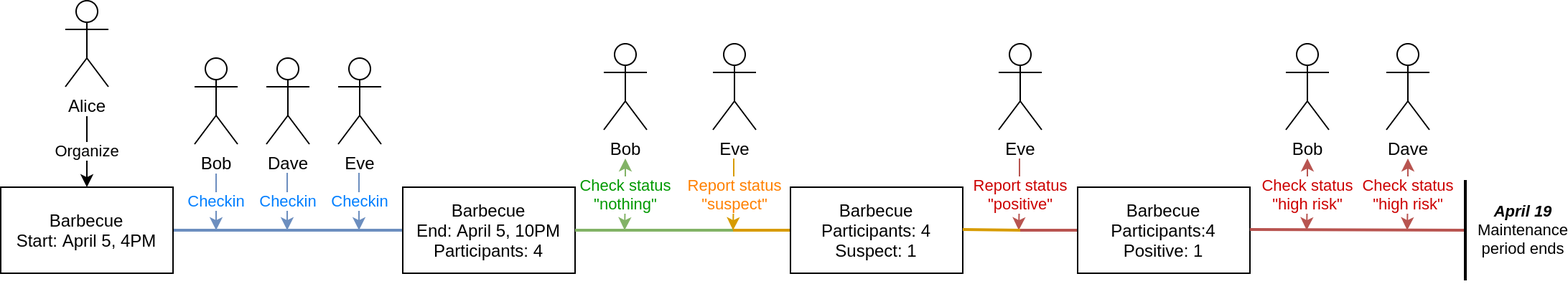
Before: spec/images/events_example.png, a diagram exported from draw.io (coronanet/go-coronanet). Source tidied: cells renumbered, new cells last; positions are measured from the earlier drawing's top-left corner, leaving out a move shared by most shapes.
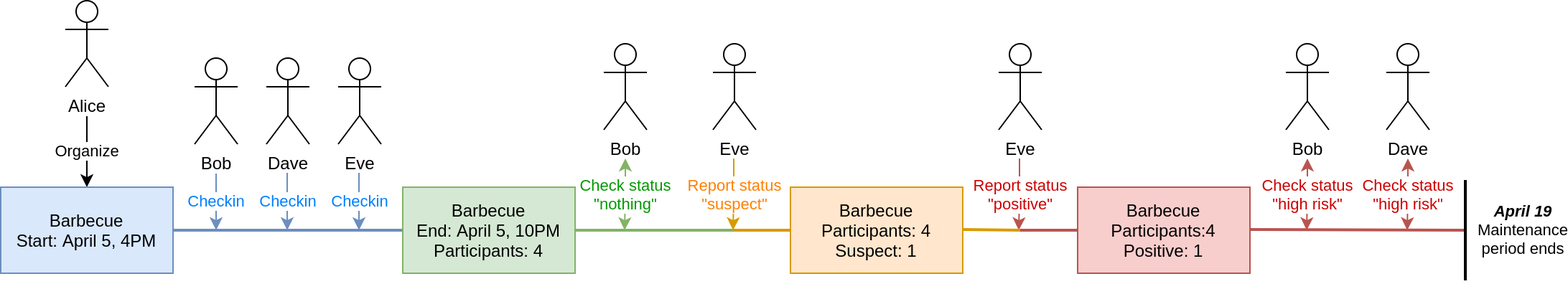
After the commit.

Diff of the diagram source:
```diff
@@ -10,20 +10,20 @@
     <mxCell id="3" value="Alice" style="shape=umlActor;verticalLabelPosition=bottom;labelBackgroundColor=#ffffff;verticalAlign=top;html=1;" parent="1" vertex="1">
       <mxGeometry x="45" width="30" height="60" as="geometry" />
     </mxCell>
-    <mxCell id="4" style="edgeStyle=orthogonalEdgeStyle;rounded=0;jettySize=auto;html=1;exitX=1;exitY=0.5;exitDx=0;exitDy=0;labelBackgroundColor=none;startArrow=none;startFill=0;strokeWidth=2;fontColor=#007FFF;fillColor=#dae8fc;strokeColor=#6c8ebf;endArrow=none;endFill=0;" parent="1" edge="1" source="5">
-      <mxGeometry relative="1" as="geometry">
-        <mxPoint x="280" y="160" as="targetPoint" />
-      </mxGeometry>
-    </mxCell>
+    <mxCell id="31" style="edgeStyle=orthogonalEdgeStyle;rounded=0;jettySize=auto;html=1;exitX=1;exitY=0.5;exitDx=0;exitDy=0;labelBackgroundColor=none;startArrow=none;startFill=0;strokeWidth=2;fontColor=#007FFF;fillColor=#dae8fc;strokeColor=#6c8ebf;endArrow=none;endFill=0;" parent="1" edge="1" source="5">
+      <mxGeometry relative="1" as="geometry">
+        <mxPoint x="280" y="160" as="targetPoint" />
+      </mxGeometry>
+    </mxCell>
-    <mxCell id="5" value="Barbecue&lt;br&gt;Start: April 5, 4PM" style="rounded=0;whiteSpace=wrap;html=1;" parent="1" vertex="1">
+    <mxCell id="5" value="Barbecue&lt;br&gt;Start: April 5, 4PM" style="rounded=0;whiteSpace=wrap;html=1;fillColor=#dae8fc;strokeColor=#6c8ebf;" parent="1" vertex="1">
       <mxGeometry y="130" width="120" height="60" as="geometry" />
     </mxCell>
-    <mxCell id="6" value="Checkin" style="edgeStyle=orthogonalEdgeStyle;rounded=0;orthogonalLoop=1;jettySize=auto;html=1;strokeWidth=1;fontColor=#007FFF;fillColor=#dae8fc;strokeColor=#6c8ebf;" parent="1" edge="1">
-      <mxGeometry relative="1" as="geometry">
-        <mxPoint x="150" y="120" as="sourcePoint" />
-        <mxPoint x="150" y="160" as="targetPoint" />
-      </mxGeometry>
-    </mxCell>
+    <mxCell id="32" value="Checkin" style="edgeStyle=orthogonalEdgeStyle;rounded=0;orthogonalLoop=1;jettySize=auto;html=1;strokeWidth=1;fontColor=#007FFF;fillColor=#dae8fc;strokeColor=#6c8ebf;" parent="1" edge="1">
+      <mxGeometry relative="1" as="geometry">
+        <mxPoint x="150" y="120" as="sourcePoint" />
+        <mxPoint x="150" y="160" as="targetPoint" />
+      </mxGeometry>
+    </mxCell>
     <mxCell id="7" value="Bob" style="shape=umlActor;verticalLabelPosition=bottom;labelBackgroundColor=#ffffff;verticalAlign=top;html=1;" parent="1" vertex="1">
       <mxGeometry x="135" y="40" width="30" height="60" as="geometry" />
     </mxCell>
@@ -33,26 +33,26 @@
     <mxCell id="9" value="Eve" style="shape=umlActor;verticalLabelPosition=bottom;labelBackgroundColor=#ffffff;verticalAlign=top;html=1;" parent="1" vertex="1">
       <mxGeometry x="235" y="40" width="30" height="60" as="geometry" />
     </mxCell>
-    <mxCell id="10" value="Barbecue&lt;br&gt;End: April 5, 10PM&lt;br&gt;Participants: 4" style="rounded=0;whiteSpace=wrap;html=1;" parent="1" vertex="1">
+    <mxCell id="10" value="Barbecue&lt;br&gt;End: April 5, 10PM&lt;br&gt;Participants: 4" style="rounded=0;whiteSpace=wrap;html=1;fillColor=#d5e8d4;strokeColor=#82b366;" parent="1" vertex="1">
       <mxGeometry x="280" y="130" width="120" height="60" as="geometry" />
     </mxCell>
-    <mxCell id="11" style="endArrow=none;html=1;strokeWidth=2;fontColor=#009900;fillColor=#d5e8d4;strokeColor=#82b366;entryX=1;entryY=0.5;entryDx=0;entryDy=0;" parent="1" edge="1" target="10">
-      <mxGeometry relative="1" as="geometry">
-        <mxPoint x="510" y="160" as="sourcePoint" />
-      </mxGeometry>
-    </mxCell>
-    <mxCell id="12" value="Checkin" style="edgeStyle=orthogonalEdgeStyle;rounded=0;orthogonalLoop=1;jettySize=auto;html=1;strokeWidth=1;fontColor=#007FFF;fillColor=#dae8fc;strokeColor=#6c8ebf;" parent="1" edge="1">
-      <mxGeometry relative="1" as="geometry">
-        <mxPoint x="199.5" y="120" as="sourcePoint" />
-        <mxPoint x="199.5" y="160" as="targetPoint" />
-      </mxGeometry>
-    </mxCell>
-    <mxCell id="13" value="Checkin" style="edgeStyle=orthogonalEdgeStyle;rounded=0;orthogonalLoop=1;jettySize=auto;html=1;strokeWidth=1;fontColor=#007FFF;fillColor=#dae8fc;strokeColor=#6c8ebf;" parent="1" edge="1">
-      <mxGeometry relative="1" as="geometry">
-        <mxPoint x="249.5" y="120" as="sourcePoint" />
-        <mxPoint x="249.5" y="160" as="targetPoint" />
-      </mxGeometry>
-    </mxCell>
+    <mxCell id="33" style="endArrow=none;html=1;strokeWidth=2;fontColor=#009900;fillColor=#d5e8d4;strokeColor=#82b366;entryX=1;entryY=0.5;entryDx=0;entryDy=0;" parent="1" edge="1" target="10">
+      <mxGeometry relative="1" as="geometry">
+        <mxPoint x="510" y="160" as="sourcePoint" />
+      </mxGeometry>
+    </mxCell>
+    <mxCell id="34" value="Checkin" style="edgeStyle=orthogonalEdgeStyle;rounded=0;orthogonalLoop=1;jettySize=auto;html=1;strokeWidth=1;fontColor=#007FFF;fillColor=#dae8fc;strokeColor=#6c8ebf;" parent="1" edge="1">
+      <mxGeometry relative="1" as="geometry">
+        <mxPoint x="199.5" y="120" as="sourcePoint" />
+        <mxPoint x="199.5" y="160" as="targetPoint" />
+      </mxGeometry>
+    </mxCell>
+    <mxCell id="35" value="Checkin" style="edgeStyle=orthogonalEdgeStyle;rounded=0;orthogonalLoop=1;jettySize=auto;html=1;strokeWidth=1;fontColor=#007FFF;fillColor=#dae8fc;strokeColor=#6c8ebf;" parent="1" edge="1">
+      <mxGeometry relative="1" as="geometry">
+        <mxPoint x="249.5" y="120" as="sourcePoint" />
+        <mxPoint x="249.5" y="160" as="targetPoint" />
+      </mxGeometry>
+    </mxCell>
     <mxCell id="14" value="Bob" style="shape=umlActor;verticalLabelPosition=bottom;labelBackgroundColor=#ffffff;verticalAlign=top;html=1;" parent="1" vertex="1">
       <mxGeometry x="420" y="30" width="30" height="60" as="geometry" />
     </mxCell>
@@ -77,13 +77,13 @@
         </Array>
       </mxGeometry>
     </mxCell>
-    <mxCell id="18" style="endArrow=none;html=1;labelBackgroundColor=none;strokeWidth=2;fontColor=#FF8000;fillColor=#ffe6cc;strokeColor=#d79b00;" parent="1" edge="1">
-      <mxGeometry relative="1" as="geometry">
-        <mxPoint x="510" y="160" as="sourcePoint" />
-        <mxPoint x="550" y="160" as="targetPoint" />
-      </mxGeometry>
-    </mxCell>
+    <mxCell id="36" style="endArrow=none;html=1;labelBackgroundColor=none;strokeWidth=2;fontColor=#FF8000;fillColor=#ffe6cc;strokeColor=#d79b00;" parent="1" edge="1">
+      <mxGeometry relative="1" as="geometry">
+        <mxPoint x="510" y="160" as="sourcePoint" />
+        <mxPoint x="550" y="160" as="targetPoint" />
+      </mxGeometry>
+    </mxCell>
-    <mxCell id="19" value="Barbecue&lt;br&gt;Participants: 4&lt;br&gt;Suspect: 1" style="rounded=0;whiteSpace=wrap;html=1;" parent="1" vertex="1">
+    <mxCell id="19" value="Barbecue&lt;br&gt;Participants: 4&lt;br&gt;Suspect: 1" style="rounded=0;whiteSpace=wrap;html=1;fillColor=#ffe6cc;strokeColor=#d79b00;" parent="1" vertex="1">
       <mxGeometry x="550" y="130" width="120" height="60" as="geometry" />
     </mxCell>
     <mxCell id="20" value="Eve" style="shape=umlActor;verticalLabelPosition=bottom;labelBackgroundColor=#ffffff;verticalAlign=top;html=1;" parent="1" vertex="1">
@@ -98,51 +98,51 @@
         </Array>
       </mxGeometry>
     </mxCell>
-    <mxCell id="22" style="endArrow=none;html=1;labelBackgroundColor=none;strokeWidth=2;fontColor=#FF8000;fillColor=#ffe6cc;strokeColor=#d79b00;" parent="1" edge="1">
-      <mxGeometry relative="1" as="geometry">
-        <mxPoint x="670" y="159.5" as="sourcePoint" />
-        <mxPoint x="710" y="160" as="targetPoint" />
-      </mxGeometry>
-    </mxCell>
-    <mxCell id="23" style="endArrow=none;html=1;labelBackgroundColor=none;strokeWidth=2;fontColor=#FF8000;fillColor=#f8cecc;strokeColor=#b85450;" parent="1" edge="1">
-      <mxGeometry relative="1" as="geometry">
-        <mxPoint x="710" y="160" as="sourcePoint" />
-        <mxPoint x="750" y="160" as="targetPoint" />
-      </mxGeometry>
-    </mxCell>
+    <mxCell id="37" style="endArrow=none;html=1;labelBackgroundColor=none;strokeWidth=2;fontColor=#FF8000;fillColor=#ffe6cc;strokeColor=#d79b00;" parent="1" edge="1">
+      <mxGeometry relative="1" as="geometry">
+        <mxPoint x="670" y="159.5" as="sourcePoint" />
+        <mxPoint x="710" y="160" as="targetPoint" />
+      </mxGeometry>
+    </mxCell>
+    <mxCell id="38" style="endArrow=none;html=1;labelBackgroundColor=none;strokeWidth=2;fontColor=#FF8000;fillColor=#f8cecc;strokeColor=#b85450;" parent="1" edge="1">
+      <mxGeometry relative="1" as="geometry">
+        <mxPoint x="710" y="160" as="sourcePoint" />
+        <mxPoint x="750" y="160" as="targetPoint" />
+      </mxGeometry>
+    </mxCell>
-    <mxCell id="24" value="Barbecue&lt;br&gt;Participants:4&lt;br&gt;Positive: 1" style="rounded=0;whiteSpace=wrap;html=1;" parent="1" vertex="1">
+    <mxCell id="24" value="Barbecue&lt;br&gt;Participants:4&lt;br&gt;Positive: 1" style="rounded=0;whiteSpace=wrap;html=1;fillColor=#f8cecc;strokeColor=#b85450;" parent="1" vertex="1">
       <mxGeometry x="750" y="130" width="120" height="60" as="geometry" />
     </mxCell>
     <mxCell id="25" value="Bob" style="shape=umlActor;verticalLabelPosition=bottom;labelBackgroundColor=#ffffff;verticalAlign=top;html=1;" parent="1" vertex="1">
       <mxGeometry x="895" y="30" width="30" height="60" as="geometry" />
     </mxCell>
-    <mxCell id="26" value="Check status&lt;br&gt;&quot;high risk&quot;" style="edgeStyle=orthogonalEdgeStyle;rounded=0;orthogonalLoop=1;jettySize=auto;html=1;strokeWidth=1;fontColor=#CC0000;fillColor=#f8cecc;strokeColor=#b85450;startArrow=classic;startFill=1;" parent="1" edge="1">
-      <mxGeometry relative="1" as="geometry">
-        <mxPoint x="910" y="110" as="sourcePoint" />
-        <mxPoint x="909.5" y="160" as="targetPoint" />
-        <Array as="points">
-          <mxPoint x="910" y="135" />
-        </Array>
-      </mxGeometry>
-    </mxCell>
-    <mxCell id="27" style="endArrow=none;html=1;labelBackgroundColor=none;strokeWidth=2;fontColor=#FF8000;fillColor=#f8cecc;strokeColor=#b85450;" parent="1" edge="1">
-      <mxGeometry relative="1" as="geometry">
-        <mxPoint x="870" y="159.5" as="sourcePoint" />
-        <mxPoint x="1020" y="160" as="targetPoint" />
-      </mxGeometry>
-    </mxCell>
+    <mxCell id="39" value="Check status&lt;br&gt;&quot;high risk&quot;" style="edgeStyle=orthogonalEdgeStyle;rounded=0;orthogonalLoop=1;jettySize=auto;html=1;strokeWidth=1;fontColor=#CC0000;fillColor=#f8cecc;strokeColor=#b85450;startArrow=classic;startFill=1;" parent="1" edge="1">
+      <mxGeometry relative="1" as="geometry">
+        <mxPoint x="910" y="110" as="sourcePoint" />
+        <mxPoint x="909.5" y="160" as="targetPoint" />
+        <Array as="points">
+          <mxPoint x="910" y="135" />
+        </Array>
+      </mxGeometry>
+    </mxCell>
+    <mxCell id="40" style="endArrow=none;html=1;labelBackgroundColor=none;strokeWidth=2;fontColor=#FF8000;fillColor=#f8cecc;strokeColor=#b85450;" parent="1" edge="1">
+      <mxGeometry relative="1" as="geometry">
+        <mxPoint x="870" y="159.5" as="sourcePoint" />
+        <mxPoint x="1020" y="160" as="targetPoint" />
+      </mxGeometry>
+    </mxCell>
     <mxCell id="28" value="Dave" style="shape=umlActor;verticalLabelPosition=bottom;labelBackgroundColor=#ffffff;verticalAlign=top;html=1;" parent="1" vertex="1">
       <mxGeometry x="965" y="30" width="30" height="60" as="geometry" />
     </mxCell>
-    <mxCell id="29" value="Check status&lt;br&gt;&quot;high risk&quot;" style="edgeStyle=orthogonalEdgeStyle;rounded=0;orthogonalLoop=1;jettySize=auto;html=1;strokeWidth=1;fontColor=#CC0000;fillColor=#f8cecc;strokeColor=#b85450;startArrow=classic;startFill=1;" parent="1" edge="1">
-      <mxGeometry relative="1" as="geometry">
-        <mxPoint x="980" y="110" as="sourcePoint" />
-        <mxPoint x="979.5" y="160" as="targetPoint" />
-        <Array as="points">
-          <mxPoint x="980" y="135" />
-        </Array>
-      </mxGeometry>
-    </mxCell>
+    <mxCell id="41" value="Check status&lt;br&gt;&quot;high risk&quot;" style="edgeStyle=orthogonalEdgeStyle;rounded=0;orthogonalLoop=1;jettySize=auto;html=1;strokeWidth=1;fontColor=#CC0000;fillColor=#f8cecc;strokeColor=#b85450;startArrow=classic;startFill=1;" parent="1" edge="1">
+      <mxGeometry relative="1" as="geometry">
+        <mxPoint x="980" y="110" as="sourcePoint" />
+        <mxPoint x="979.5" y="160" as="targetPoint" />
+        <Array as="points">
+          <mxPoint x="980" y="135" />
+        </Array>
+      </mxGeometry>
+    </mxCell>
     <mxCell id="30" value="&lt;b&gt;&lt;i&gt;April 19&lt;/i&gt;&lt;/b&gt;&lt;br&gt;Maintenance&lt;br&gt;period ends" style="endArrow=none;html=1;labelBackgroundColor=none;strokeWidth=2;fontColor=#000000;fillColor=#f5f5f5;strokeColor=#000000;" parent="1" edge="1">
       <mxGeometry y="-40" relative="1" as="geometry">
         <mxPoint x="1020" y="195" as="sourcePoint" />
```
